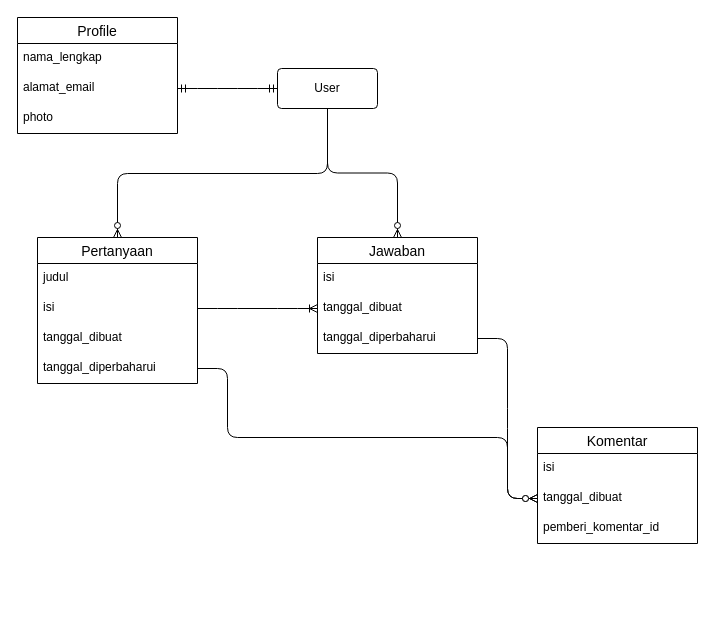
Before: Untitled Diagram.drawio in indrarasyid07/berlatih-php, a draw.io diagram. Source tidied: cells renumbered, new cells numbered last; positions are measured from the earlier drawing's top-left corner, leaving out a move shared by most shapes. Both pictures are drawn from the tidied source at 100%, with x=0, y=0 at pixel (17, 17).
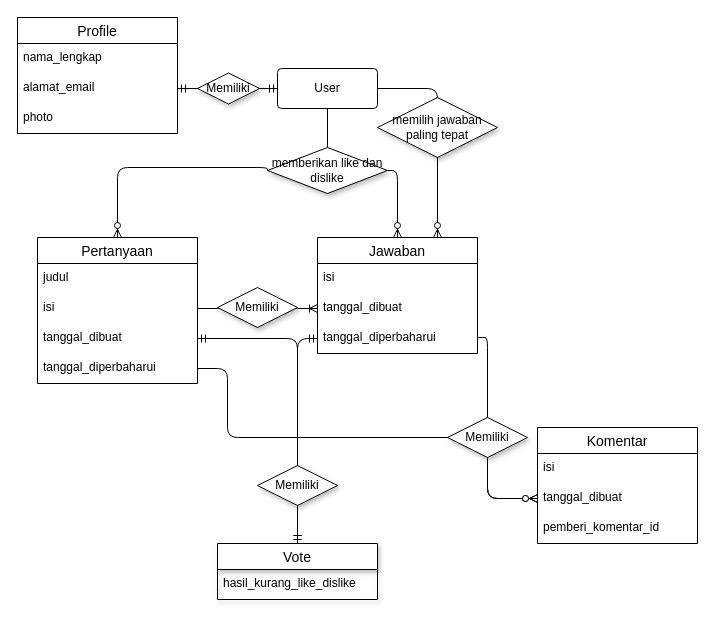
The same page after the edit.

Unchanged cells that the change refers to:
```xml
<mxCell id="5" value="Pertanyaan" style="swimlane;fontStyle=0;horizontal=1;startSize=26;align=center;fontSize=14;" parent="1" vertex="1">
  <mxGeometry x="20" y="220" width="160" height="146" as="geometry" />
</mxCell>
<mxCell id="8" value="tanggal_dibuat" style="text;strokeColor=none;fillColor=none;spacingLeft=4;spacingRight=4;overflow=hidden;points=[[0,0.5],[1,0.5]];portConstraint=eastwest;fontSize=12;" parent="5" vertex="1">
  <mxGeometry y="86" width="160" height="30" as="geometry" />
</mxCell>
<mxCell id="9" value="tanggal_diperbaharui" style="text;strokeColor=none;fillColor=none;spacingLeft=4;spacingRight=4;overflow=hidden;points=[[0,0.5],[1,0.5]];portConstraint=eastwest;fontSize=12;" parent="5" vertex="1">
  <mxGeometry y="116" width="160" height="30" as="geometry" />
</mxCell>
<mxCell id="10" value="Jawaban" style="swimlane;fontStyle=0;horizontal=1;startSize=26;align=center;fontSize=14;" parent="1" vertex="1">
  <mxGeometry x="300" y="220" width="160" height="116" as="geometry" />
</mxCell>
<mxCell id="13" value="tanggal_diperbaharui" style="text;strokeColor=none;fillColor=none;spacingLeft=4;spacingRight=4;overflow=hidden;points=[[0,0.5],[1,0.5]];portConstraint=eastwest;fontSize=12;" parent="10" vertex="1">
  <mxGeometry y="86" width="160" height="30" as="geometry" />
</mxCell>
<mxCell id="16" value="tanggal_dibuat" style="text;strokeColor=none;fillColor=none;spacingLeft=4;spacingRight=4;overflow=hidden;points=[[0,0.5],[1,0.5]];portConstraint=eastwest;fontSize=12;" parent="14" vertex="1">
  <mxGeometry y="56" width="160" height="30" as="geometry" />
</mxCell>
<mxCell id="18" value="User" style="rounded=1;arcSize=10;whiteSpace=wrap;html=1;align=center;" parent="1" vertex="1">
  <mxGeometry x="260" y="51" width="100" height="40" as="geometry" />
</mxCell>
```

What changed in the source:
```diff
@@
     <mxCell id="2" style="edgeStyle=orthogonalEdgeStyle;fontSize=12;html=1;endArrow=ERzeroToMany;endFill=1;entryX=0;entryY=0.5;entryDx=0;entryDy=0;exitX=1;exitY=0.5;exitDx=0;exitDy=0;" parent="1" edge="1" source="9" target="16">
       <mxGeometry relative="1" as="geometry">
         <Array as="points">
           <mxPoint x="210" y="351" />
           <mxPoint x="210" y="420" />
-          <mxPoint x="490" y="420" />
-          <mxPoint x="490" y="481" />
+          <mxPoint x="470" y="420" />
+          <mxPoint x="470" y="481" />
         </Array>
       </mxGeometry>
     </mxCell>
@@
-    <mxCell id="4" style="edgeStyle=entityRelationEdgeStyle;fontSize=12;html=1;endArrow=ERzeroToMany;endFill=1;entryX=0;entryY=0.5;entryDx=0;entryDy=0;exitX=1;exitY=0.5;exitDx=0;exitDy=0;" parent="1" edge="1" source="13" target="16">
-      <mxGeometry relative="1" as="geometry" />
+    <mxCell id="4" style="edgeStyle=orthogonalEdgeStyle;fontSize=12;html=1;endArrow=ERzeroToMany;endFill=1;entryX=0;entryY=0.5;entryDx=0;entryDy=0;exitX=1;exitY=0.5;exitDx=0;exitDy=0;" parent="1" edge="1" source="13" target="16">
+      <mxGeometry relative="1" as="geometry">
+        <Array as="points">
+          <mxPoint x="460" y="320" />
+          <mxPoint x="470" y="320" />
+          <mxPoint x="470" y="481" />
+        </Array>
+      </mxGeometry>
     </mxCell>
@@
-    <mxCell id="24" style="edgeStyle=elbowEdgeStyle;fontSize=12;html=1;endArrow=ERzeroToMany;endFill=1;exitX=0.5;exitY=1;exitDx=0;exitDy=0;entryX=0.5;entryY=0;entryDx=0;entryDy=0;elbow=vertical;" parent="1" edge="1" source="18" target="5">
-      <mxGeometry relative="1" as="geometry" />
+    <mxCell id="24" style="edgeStyle=elbowEdgeStyle;fontSize=12;html=1;endArrow=ERzeroToMany;endFill=1;exitX=0;exitY=0.5;exitDx=0;exitDy=0;entryX=0.5;entryY=0;entryDx=0;entryDy=0;elbow=vertical;" parent="1" edge="1" source="28" target="5">
+      <mxGeometry relative="1" as="geometry">
+        <Array as="points">
+          <mxPoint x="170" y="150" />
+        </Array>
+      </mxGeometry>
     </mxCell>
-    <mxCell id="25" style="edgeStyle=orthogonalEdgeStyle;fontSize=12;html=1;endArrow=ERzeroToMany;endFill=1;exitX=0.5;exitY=1;exitDx=0;exitDy=0;entryX=0.5;entryY=0;entryDx=0;entryDy=0;" parent="1" edge="1" source="18" target="10">
+    <mxCell id="25" style="edgeStyle=orthogonalEdgeStyle;fontSize=12;html=1;endArrow=ERzeroToMany;endFill=1;exitX=1;exitY=0.5;exitDx=0;exitDy=0;entryX=0.5;entryY=0;entryDx=0;entryDy=0;" parent="1" edge="1" source="28" target="10">
       <mxGeometry relative="1" as="geometry" />
     </mxCell>
+    <mxCell id="26" value="Memiliki" style="shape=rhombus;perimeter=rhombusPerimeter;whiteSpace=wrap;html=1;align=center;shadow=1;" parent="1" vertex="1">
+      <mxGeometry x="200" y="270" width="80" height="40" as="geometry" />
+    </mxCell>
+    <mxCell id="27" value="Memiliki" style="shape=rhombus;perimeter=rhombusPerimeter;whiteSpace=wrap;html=1;align=center;shadow=1;" parent="1" vertex="1">
+      <mxGeometry x="430" y="400" width="80" height="40" as="geometry" />
+    </mxCell>
+    <mxCell id="28" value="memberikan like dan dislike" style="shape=rhombus;perimeter=rhombusPerimeter;whiteSpace=wrap;html=1;align=center;shadow=1;" parent="1" vertex="1">
+      <mxGeometry x="250" y="130" width="120" height="46" as="geometry" />
+    </mxCell>
+    <mxCell id="29" style="edgeStyle=orthogonalEdgeStyle;fontSize=12;html=1;endArrow=ERzeroToMany;endFill=1;exitX=1;exitY=0.5;exitDx=0;exitDy=0;entryX=0.75;entryY=0;entryDx=0;entryDy=0;" parent="1" edge="1" source="18" target="10">
+      <mxGeometry relative="1" as="geometry" />
+    </mxCell>
+    <mxCell id="30" style="endArrow=none;html=1;rounded=0;entryX=0.5;entryY=1;entryDx=0;entryDy=0;" parent="1" edge="1" source="28" target="18">
+      <mxGeometry relative="1" as="geometry" />
+    </mxCell>
+    <mxCell id="31" value="memilih jawaban paling tepat" style="shape=rhombus;perimeter=rhombusPerimeter;whiteSpace=wrap;html=1;align=center;shadow=1;" parent="1" vertex="1">
+      <mxGeometry x="360" y="80" width="120" height="60" as="geometry" />
+    </mxCell>
+    <mxCell id="32" style="edgeStyle=orthogonalEdgeStyle;fontSize=12;html=1;endArrow=ERmandOne;startArrow=ERmandOne;exitX=1;exitY=0.5;exitDx=0;exitDy=0;entryX=0.5;entryY=0;entryDx=0;entryDy=0;" parent="1" edge="1" source="8" target="33">
+      <mxGeometry relative="1" as="geometry" />
+    </mxCell>
+    <mxCell id="33" value="Vote" style="swimlane;fontStyle=0;horizontal=1;startSize=26;align=center;fontSize=14;shadow=1;" parent="1" vertex="1">
+      <mxGeometry x="200" y="526" width="160" height="56" as="geometry" />
+    </mxCell>
+    <mxCell id="34" value="hasil_kurang_like_dislike" style="text;strokeColor=none;fillColor=none;spacingLeft=4;spacingRight=4;overflow=hidden;fontSize=12;" parent="33" vertex="1">
+      <mxGeometry y="26" width="160" height="30" as="geometry" />
+    </mxCell>
+    <mxCell id="35" style="edgeStyle=orthogonalEdgeStyle;fontSize=12;html=1;endArrow=ERmandOne;startArrow=ERmandOne;entryX=0;entryY=0.5;entryDx=0;entryDy=0;exitX=0.5;exitY=0;exitDx=0;exitDy=0;" parent="1" edge="1" source="33" target="13">
+      <mxGeometry relative="1" as="geometry" />
+    </mxCell>
+    <mxCell id="36" value="Memiliki" style="shape=rhombus;perimeter=rhombusPerimeter;whiteSpace=wrap;html=1;align=center;shadow=1;" parent="1" vertex="1">
+      <mxGeometry x="240" y="448" width="80" height="40" as="geometry" />
+    </mxCell>
+    <mxCell id="37" value="Memiliki" style="shape=rhombus;perimeter=rhombusPerimeter;whiteSpace=wrap;html=1;align=center;shadow=1;" parent="1" vertex="1">
+      <mxGeometry x="180" y="55.5" width="62" height="31" as="geometry" />
+    </mxCell>
```
